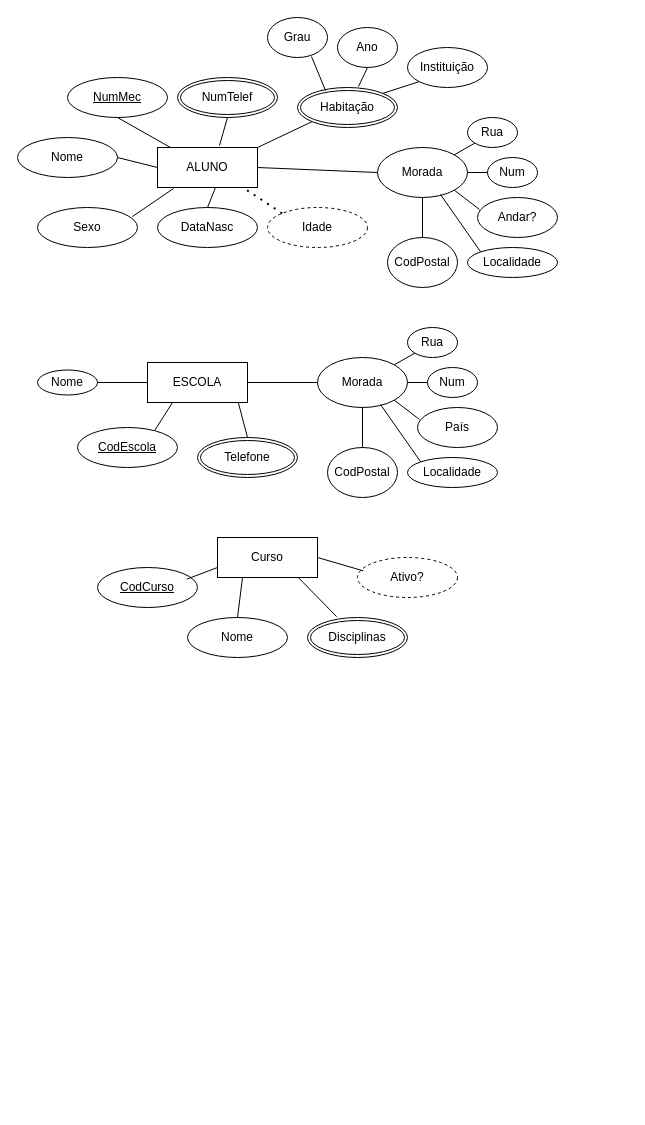
Before: DiagramaEscolar.drawio in rpviana/Diagramas, a draw.io diagram. Source tidied: cells renumbered, new cells numbered last; positions are measured from the earlier drawing's top-left corner, leaving out a move shared by most shapes. Both pictures are drawn from the tidied source at 100%, with x=0, y=0 at pixel (17, 17).
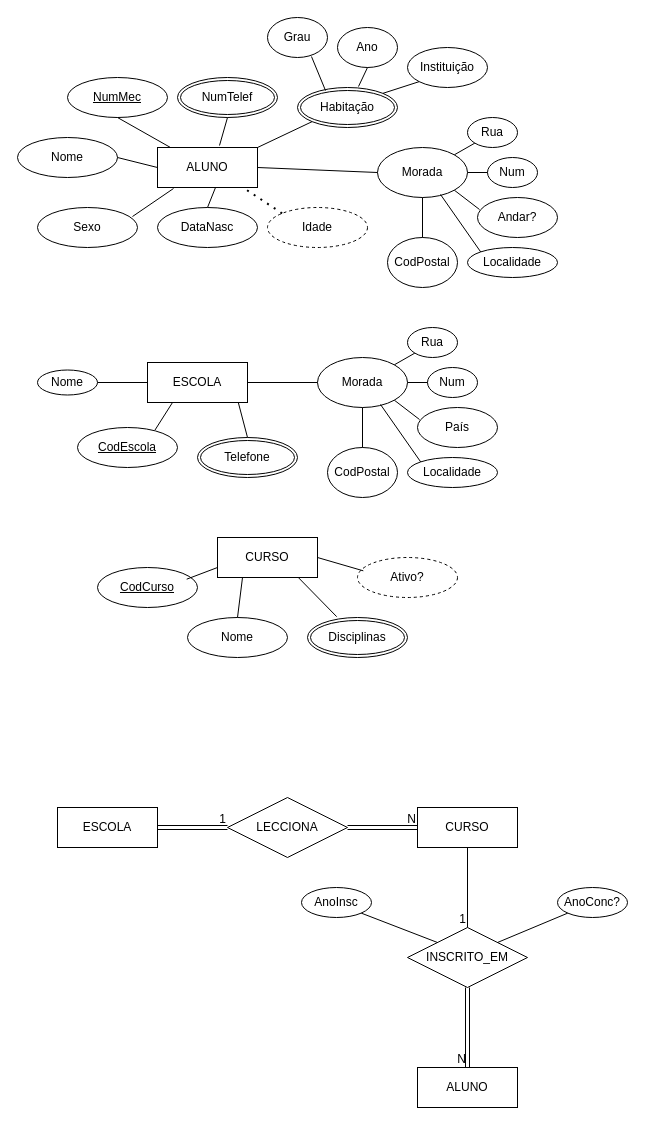
After the change.

The edit, as a diff of the source:
```diff
@@
-    <mxCell id="54" value="Curso" style="whiteSpace=wrap;html=1;align=center;strokeColor=default;verticalAlign=middle;fontFamily=Helvetica;fontSize=12;fontColor=default;fillColor=default;" parent="1" vertex="1">
+    <mxCell id="54" value="CURSO" style="whiteSpace=wrap;html=1;align=center;strokeColor=default;verticalAlign=middle;fontFamily=Helvetica;fontSize=12;fontColor=default;fillColor=default;" parent="1" vertex="1">
       <mxGeometry x="200" y="520" width="100" height="40" as="geometry" />
     </mxCell>
@@
+    <mxCell id="63" value="LECCIONA" style="shape=rhombus;perimeter=rhombusPerimeter;whiteSpace=wrap;html=1;align=center;" parent="1" vertex="1">
+      <mxGeometry x="210" y="780" width="120" height="60" as="geometry" />
+    </mxCell>
+    <mxCell id="64" value="ESCOLA" style="whiteSpace=wrap;html=1;align=center;strokeColor=default;verticalAlign=middle;fontFamily=Helvetica;fontSize=12;fontColor=default;fillColor=default;" parent="1" vertex="1">
+      <mxGeometry x="40" y="790" width="100" height="40" as="geometry" />
+    </mxCell>
+    <mxCell id="65" value="CURSO" style="whiteSpace=wrap;html=1;align=center;strokeColor=default;verticalAlign=middle;fontFamily=Helvetica;fontSize=12;fontColor=default;fillColor=default;" parent="1" vertex="1">
+      <mxGeometry x="400" y="790" width="100" height="40" as="geometry" />
+    </mxCell>
+    <mxCell id="66" value="INSCRITO_EM" style="shape=rhombus;perimeter=rhombusPerimeter;whiteSpace=wrap;html=1;align=center;" parent="1" vertex="1">
+      <mxGeometry x="390" y="910" width="120" height="60" as="geometry" />
+    </mxCell>
+    <mxCell id="67" value="ALUNO" style="whiteSpace=wrap;html=1;align=center;strokeColor=default;verticalAlign=middle;fontFamily=Helvetica;fontSize=12;fontColor=default;fillColor=default;" parent="1" vertex="1">
+      <mxGeometry x="400" y="1050" width="100" height="40" as="geometry" />
+    </mxCell>
+    <mxCell id="68" value="AnoInsc" style="ellipse;whiteSpace=wrap;html=1;align=center;" parent="1" vertex="1">
+      <mxGeometry x="284" y="870" width="70" height="30" as="geometry" />
+    </mxCell>
+    <mxCell id="69" value="AnoConc?" style="ellipse;whiteSpace=wrap;html=1;align=center;" parent="1" vertex="1">
+      <mxGeometry x="540" y="870" width="70" height="30" as="geometry" />
+    </mxCell>
+    <mxCell id="70" style="endArrow=none;html=1;rounded=0;exitX=1;exitY=0;exitDx=0;exitDy=0;entryX=0;entryY=1;entryDx=0;entryDy=0;" parent="1" edge="1" source="66" target="69">
+      <mxGeometry relative="1" as="geometry" />
+    </mxCell>
+    <mxCell id="71" style="shape=link;html=1;rounded=0;exitX=1;exitY=0.5;exitDx=0;exitDy=0;entryX=0;entryY=0.5;entryDx=0;entryDy=0;" parent="1" edge="1" source="64" target="63">
+      <mxGeometry relative="1" as="geometry" />
+    </mxCell>
+    <mxCell id="72" value="1" style="html=1;whiteSpace=wrap;align=right;verticalAlign=bottom;" parent="71" vertex="1">
+      <mxGeometry x="1" relative="1" as="geometry" />
+    </mxCell>
+    <mxCell id="73" style="shape=link;html=1;rounded=0;exitX=1;exitY=0.5;exitDx=0;exitDy=0;entryX=0;entryY=0.5;entryDx=0;entryDy=0;" parent="1" edge="1" source="63" target="65">
+      <mxGeometry relative="1" as="geometry" />
+    </mxCell>
+    <mxCell id="74" value="N" style="html=1;whiteSpace=wrap;align=right;verticalAlign=bottom;" parent="73" vertex="1">
+      <mxGeometry x="1" relative="1" as="geometry" />
+    </mxCell>
+    <mxCell id="75" style="endArrow=none;html=1;rounded=0;exitX=0.5;exitY=1;exitDx=0;exitDy=0;entryX=0.5;entryY=0;entryDx=0;entryDy=0;" parent="1" edge="1" source="65" target="66">
+      <mxGeometry relative="1" as="geometry" />
+    </mxCell>
+    <mxCell id="76" value="1" style="html=1;whiteSpace=wrap;align=right;verticalAlign=bottom;" parent="75" vertex="1">
+      <mxGeometry x="1" relative="1" as="geometry" />
+    </mxCell>
+    <mxCell id="77" style="shape=link;html=1;rounded=0;entryX=0.5;entryY=0;entryDx=0;entryDy=0;exitX=0.5;exitY=1;exitDx=0;exitDy=0;" parent="1" edge="1" source="66" target="67">
+      <mxGeometry relative="1" as="geometry" />
+    </mxCell>
+    <mxCell id="78" value="N" style="html=1;whiteSpace=wrap;align=right;verticalAlign=bottom;" parent="77" vertex="1">
+      <mxGeometry x="1" relative="1" as="geometry" />
+    </mxCell>
+    <mxCell id="79" style="endArrow=none;html=1;rounded=0;exitX=0;exitY=0;exitDx=0;exitDy=0;entryX=1;entryY=1;entryDx=0;entryDy=0;" parent="1" edge="1" source="66" target="68">
+      <mxGeometry relative="1" as="geometry" />
+    </mxCell>
```
